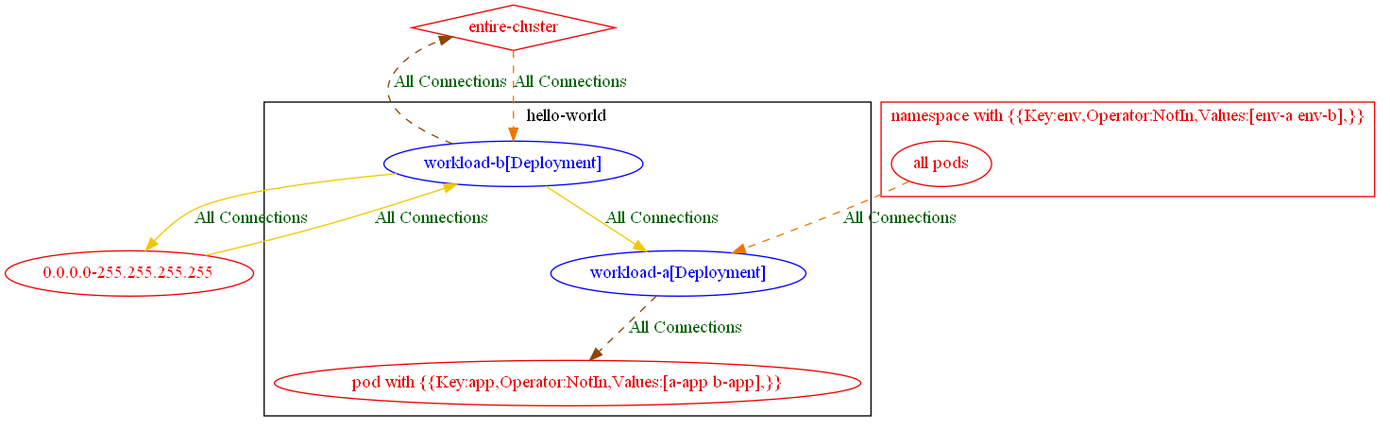
np-guard/netpol-analyzer keeps this Graphviz diagram as test_outputs/connlist/exposure_test_with_match_expression_not_in_op_exposure_output.dot.png. Above is the earlier version. Its source is kept beside it as test_outputs/connlist/exposure_test_with_match_expression_not_in_op_exposure_output.dot.
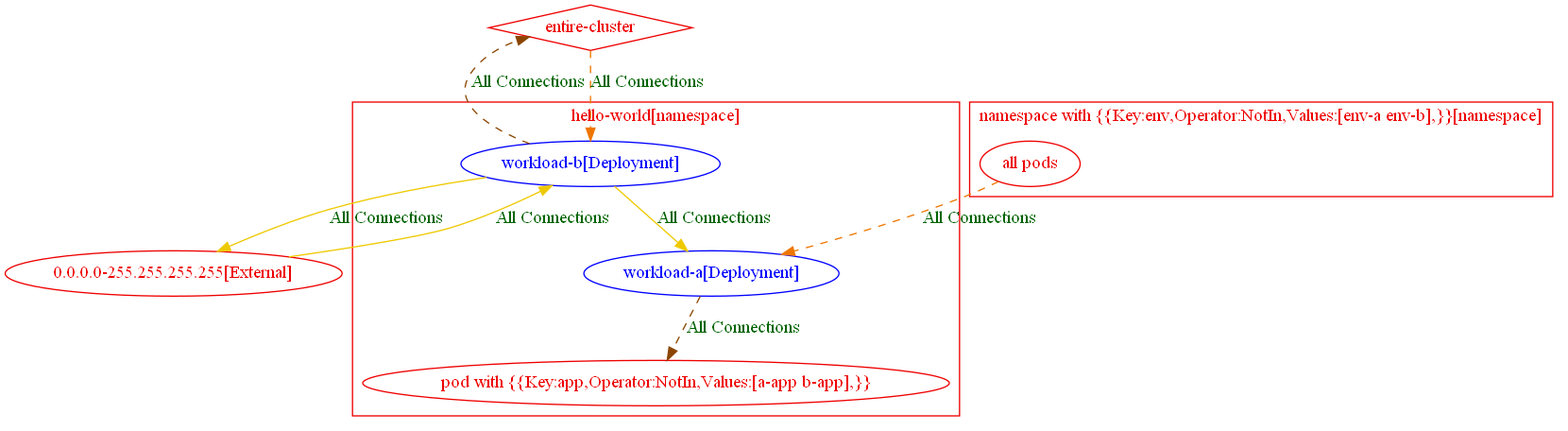
After the commit.

Change to the diagram source:
```diff
@@ -1,25 +1,30 @@
 digraph {
-	subgraph "cluster_hello_world" {
+	subgraph "cluster_hello_world[namespace]" {
 		color="black"
 		fontcolor="black"
 		"hello-world/workload-a[Deployment]" [label="workload-a[Deployment]" color="blue" fontcolor="blue"]
 		"hello-world/workload-b[Deployment]" [label="workload-b[Deployment]" color="blue" fontcolor="blue"]
+		label="hello-world[namespace]"
+	}
+	subgraph "cluster_hello_world[namespace]" {
+		color="red2"
+		fontcolor="red2"
 		"pod with {{Key:app,Operator:NotIn,Values:[a-app b-app],}}_in_hello-world" [label="pod with {{Key:app,Operator:NotIn,Values:[a-app b-app],}}" color="red2" fontcolor="red2"]
-		label="hello-world"
+		label="hello-world[namespace]"
 	}
-	subgraph "cluster_namespace with {{Key:env,Operator:NotIn,Values:[env_a env_b],}}" {
+	subgraph "cluster_namespace with {{Key:env,Operator:NotIn,Values:[env_a env_b],}}[namespace]" {
 		color="red2"
 		fontcolor="red2"
 		"all pods_in_namespace with {{Key:env,Operator:NotIn,Values:[env-a env-b],}}" [label="all pods" color="red2" fontcolor="red2"]
-		label="namespace with {{Key:env,Operator:NotIn,Values:[env-a env-b],}}"
+		label="namespace with {{Key:env,Operator:NotIn,Values:[env-a env-b],}}[namespace]"
 	}
-	"0.0.0.0-255.255.255.255" [label="0.0.0.0-255.255.255.255" color="red2" fontcolor="red2"]
+	"0.0.0.0-255.255.255.255[External]" [label="0.0.0.0-255.255.255.255[External]" color="red2" fontcolor="red2"]
 	"entire-cluster" [label="entire-cluster" color="red2" fontcolor="red2" shape=diamond]
-	"0.0.0.0-255.255.255.255" -> "hello-world/workload-b[Deployment]" [label="All Connections" color="gold2" fontcolor="darkgreen" weight=0.5]
+	"0.0.0.0-255.255.255.255[External]" -> "hello-world/workload-b[Deployment]" [label="All Connections" color="gold2" fontcolor="darkgreen" weight=0.5]
 	"all pods_in_namespace with {{Key:env,Operator:NotIn,Values:[env-a env-b],}}" -> "hello-world/workload-a[Deployment]" [label="All Connections" color="darkorange2" fontcolor="darkgreen" weight=1 style=dashed]
 	"entire-cluster" -> "hello-world/workload-b[Deployment]" [label="All Connections" color="darkorange2" fontcolor="darkgreen" weight=1 style=dashed]
 	"hello-world/workload-a[Deployment]" -> "pod with {{Key:app,Operator:NotIn,Values:[a-app b-app],}}_in_hello-world" [label="All Connections" color="darkorange4" fontcolor="darkgreen" weight=0.5 style=dashed]
-	"hello-world/workload-b[Deployment]" -> "0.0.0.0-255.255.255.255" [label="All Connections" color="gold2" fontcolor="darkgreen" weight=1]
+	"hello-world/workload-b[Deployment]" -> "0.0.0.0-255.255.255.255[External]" [label="All Connections" color="gold2" fontcolor="darkgreen" weight=1]
 	"hello-world/workload-b[Deployment]" -> "entire-cluster" [label="All Connections" color="darkorange4" fontcolor="darkgreen" weight=0.5 style=dashed]
 	"hello-world/workload-b[Deployment]" -> "hello-world/workload-a[Deployment]" [label="All Connections" color="gold2" fontcolor="darkgreen" weight=1]
 }
```
